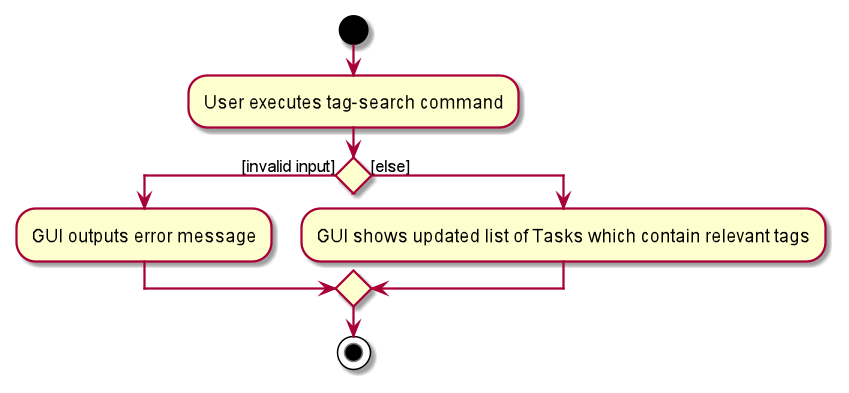
Above: docs/images/TagSearchActivityDiagram.png in nus-cs2103-AY2021S2/tp (PlantUML), before the change.
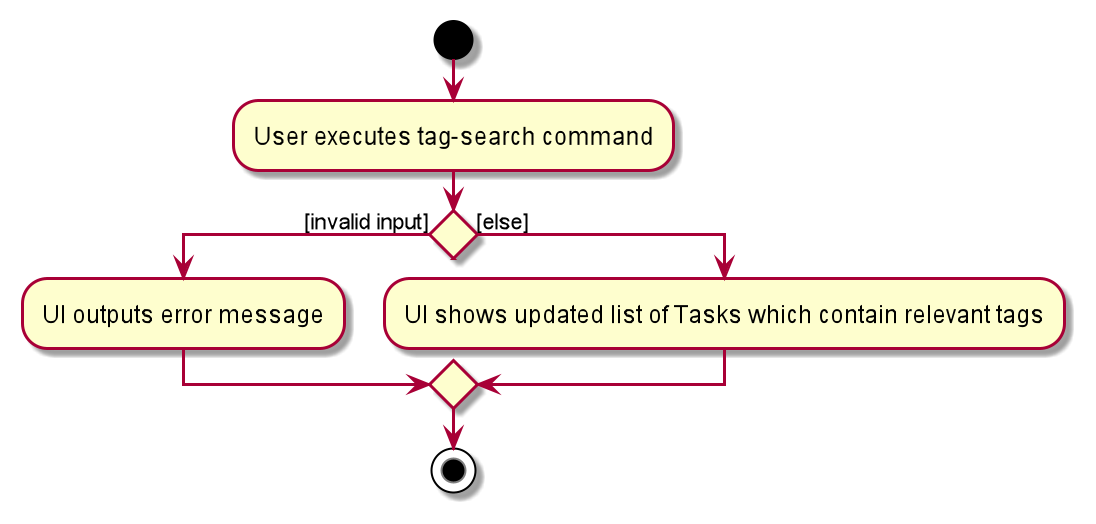
Above is the later version.

Change to the diagram source:
```diff
@@ -4,9 +4,9 @@
 
 
 if () then ([invalid input])
-    :GUI outputs error message;
+    :UI outputs error message;
 else ([else])
-    :GUI shows updated list of Tasks which contain relevant tags;
+    :UI shows updated list of Tasks which contain relevant tags;
 endif
 stop
 @enduml
```
